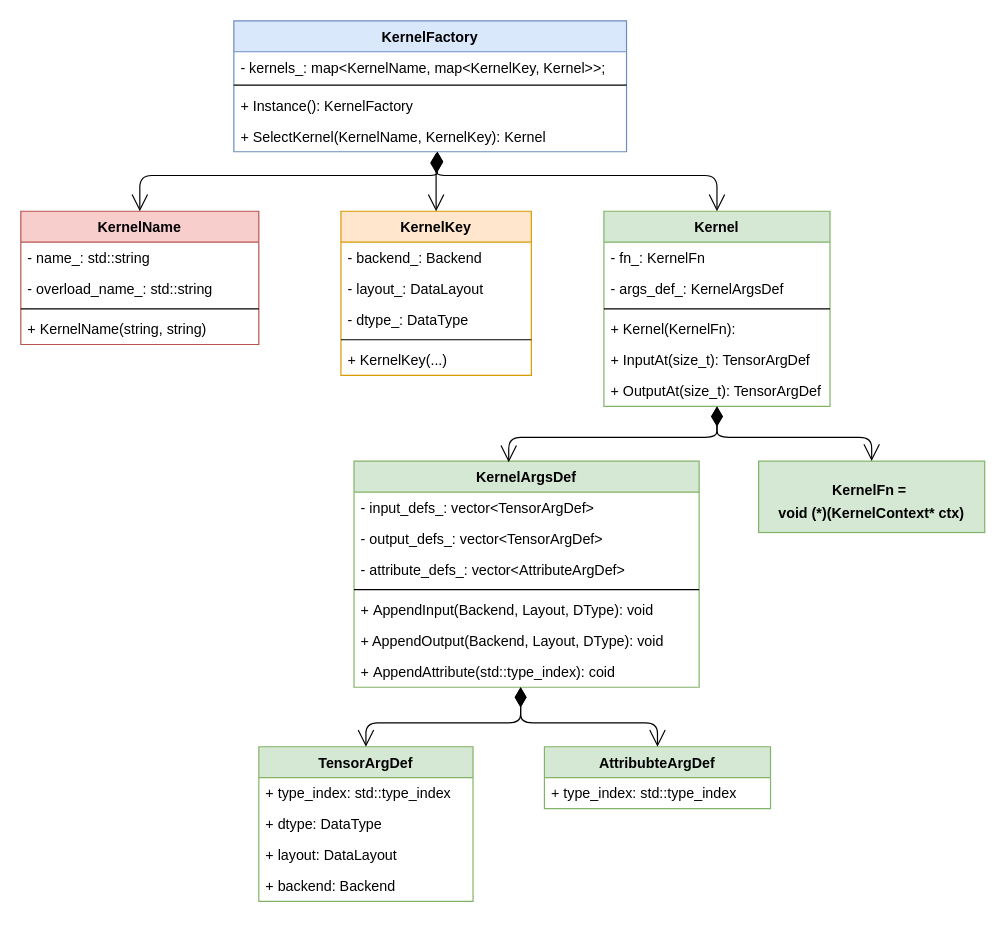
Above: page "Design-1" (1 of 2) of new-kernel-design.drawio in chenwhql/diagrams (draw.io), before the change. Source tidied: cells renumbered, new cells numbered last; positions are measured from the earlier drawing's top-left corner, leaving out a move shared by most shapes. Both pictures are drawn from the tidied source at 119%, with x=0, y=0 at pixel (20, 20).
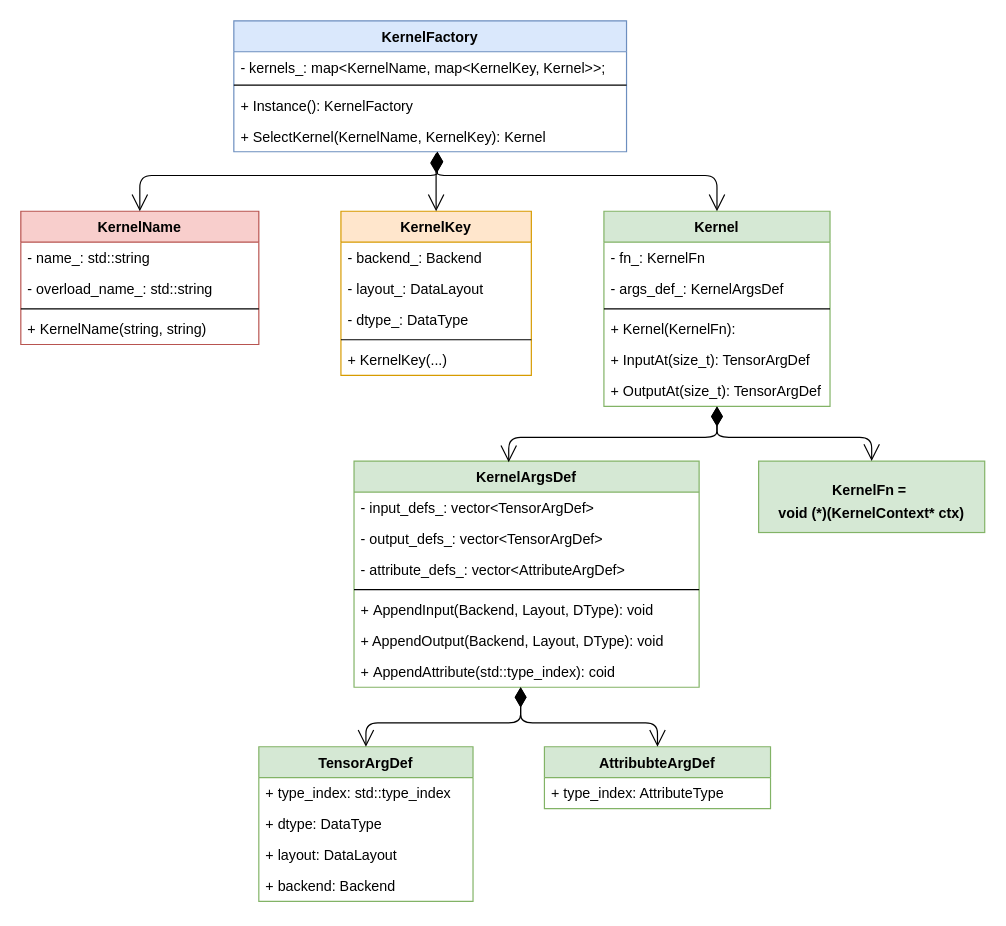
After the change.

The change refers to these unchanged cells:
```xml
<mxCell id="40" value="AttribubteArgDef" style="swimlane;fontStyle=1;horizontal=1;startSize=26;fillColor=#d5e8d4;strokeColor=#82b366;" parent="1" vertex="1">
  <mxGeometry x="440" y="610" width="190" height="52" as="geometry" />
</mxCell>
```

Diff of the diagram source:
```diff
@@
-    <mxCell id="41" value="+ type_index: std::type_index" style="text;strokeColor=none;fillColor=none;align=left;verticalAlign=top;spacingLeft=4;spacingRight=4;overflow=hidden;" parent="40" vertex="1">
+    <mxCell id="41" value="+ type_index: AttributeType" style="text;strokeColor=none;fillColor=none;align=left;verticalAlign=top;spacingLeft=4;spacingRight=4;overflow=hidden;" parent="40" vertex="1">
       <mxGeometry y="26" width="190" height="26" as="geometry" />
     </mxCell>
```
